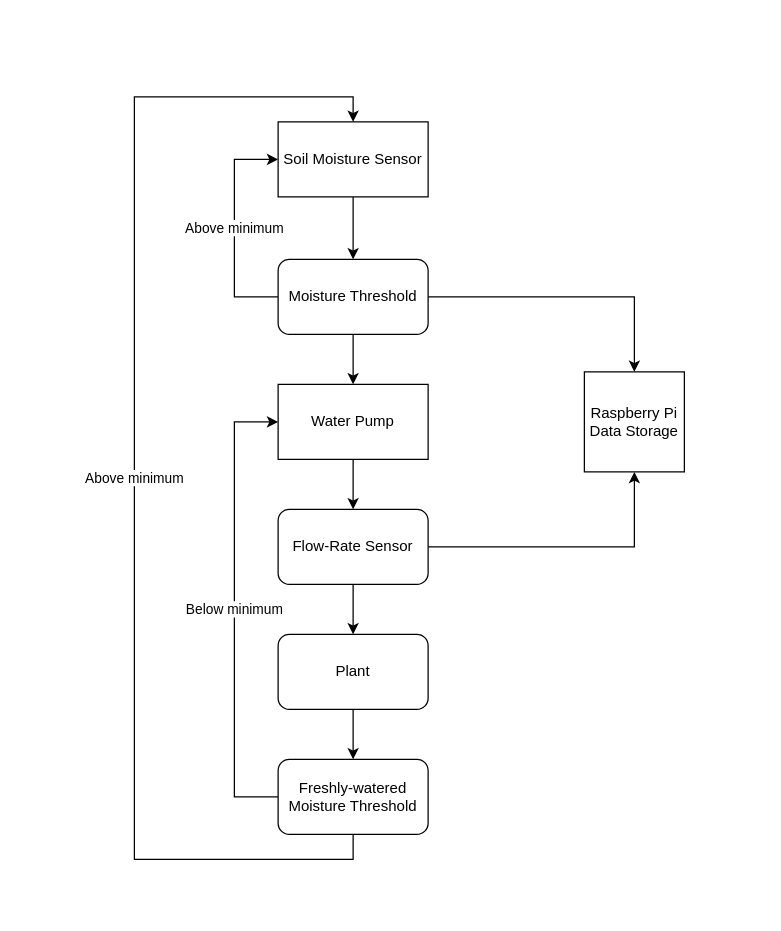
The draw.io diagram page "Control" (1 of 2) of Untitled Diagram.drawio in matwinte/raskovnik, before the edit. Source tidied: cells renumbered, new cells numbered last; positions are measured from the earlier drawing's top-left corner, leaving out a move shared by most shapes. Both pictures are drawn from the tidied source at 125%, with x=0, y=0 at pixel (134, 96).
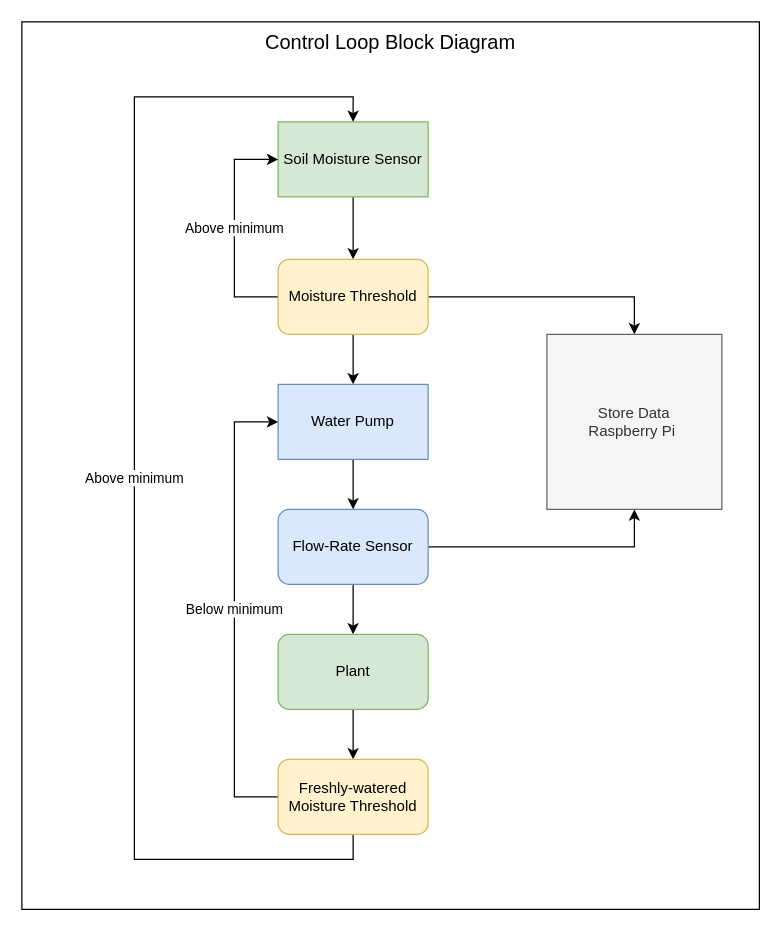
The same diagram, later.

Commit message:
Added first draft of schematic

Change to the diagram source:
```diff
@@
+    <mxCell id="19" value="Control Loop Block Diagram" style="rounded=0;whiteSpace=wrap;html=1;verticalAlign=top;fontSize=16;" parent="1" vertex="1">
+      <mxGeometry x="-90" y="-60" width="590" height="710" as="geometry" />
+    </mxCell>
@@
-    <mxCell id="3" value="Soil Moisture Sensor" style="rounded=0;whiteSpace=wrap;html=1;" parent="1" vertex="1">
+    <mxCell id="3" value="Soil Moisture Sensor" style="rounded=0;whiteSpace=wrap;html=1;fillColor=#d5e8d4;strokeColor=#82b366;" parent="1" vertex="1">
       <mxGeometry x="115" y="20" width="120" height="60" as="geometry" />
     </mxCell>
@@
-    <mxCell id="7" value="Moisture Threshold" style="rounded=1;whiteSpace=wrap;html=1;" parent="1" vertex="1">
+    <mxCell id="7" value="Moisture Threshold" style="rounded=1;whiteSpace=wrap;html=1;fillColor=#fff2cc;strokeColor=#d6b656;" parent="1" vertex="1">
       <mxGeometry x="115" y="130" width="120" height="60" as="geometry" />
     </mxCell>
@@
-    <mxCell id="10" value="Flow-Rate Sensor" style="rounded=1;whiteSpace=wrap;html=1;" parent="1" vertex="1">
+    <mxCell id="10" value="Flow-Rate Sensor" style="rounded=1;whiteSpace=wrap;html=1;fillColor=#dae8fc;strokeColor=#6c8ebf;" parent="1" vertex="1">
       <mxGeometry x="115" y="330" width="120" height="60" as="geometry" />
     </mxCell>
@@
-    <mxCell id="12" value="Water Pump " style="rounded=0;whiteSpace=wrap;html=1;" parent="1" vertex="1">
+    <mxCell id="12" value="Water Pump " style="rounded=0;whiteSpace=wrap;html=1;fillColor=#dae8fc;strokeColor=#6c8ebf;" parent="1" vertex="1">
       <mxGeometry x="115" y="230" width="120" height="60" as="geometry" />
     </mxCell>
@@
-    <mxCell id="14" value="Plant" style="rounded=1;whiteSpace=wrap;html=1;" parent="1" vertex="1">
+    <mxCell id="14" value="Plant" style="rounded=1;whiteSpace=wrap;html=1;fillColor=#d5e8d4;strokeColor=#82b366;" parent="1" vertex="1">
       <mxGeometry x="115" y="430" width="120" height="60" as="geometry" />
     </mxCell>
-    <mxCell id="15" value="Raspberry Pi Data Storage" style="whiteSpace=wrap;html=1;" parent="1" vertex="1">
-      <mxGeometry x="360" y="220" width="80" height="80" as="geometry" />
+    <mxCell id="15" value="Store Data&lt;br&gt;Raspberry Pi&amp;nbsp;" style="whiteSpace=wrap;html=1;fillColor=#f5f5f5;strokeColor=#666666;fontColor=#333333;" parent="1" vertex="1">
+      <mxGeometry x="330" y="190" width="140" height="140" as="geometry" />
     </mxCell>
@@
-    <mxCell id="18" value="Freshly-watered Moisture Threshold" style="rounded=1;whiteSpace=wrap;html=1;" parent="1" vertex="1">
+    <mxCell id="18" value="Freshly-watered Moisture Threshold" style="rounded=1;whiteSpace=wrap;html=1;fillColor=#fff2cc;strokeColor=#d6b656;" parent="1" vertex="1">
       <mxGeometry x="115" y="530" width="120" height="60" as="geometry" />
     </mxCell>
```
